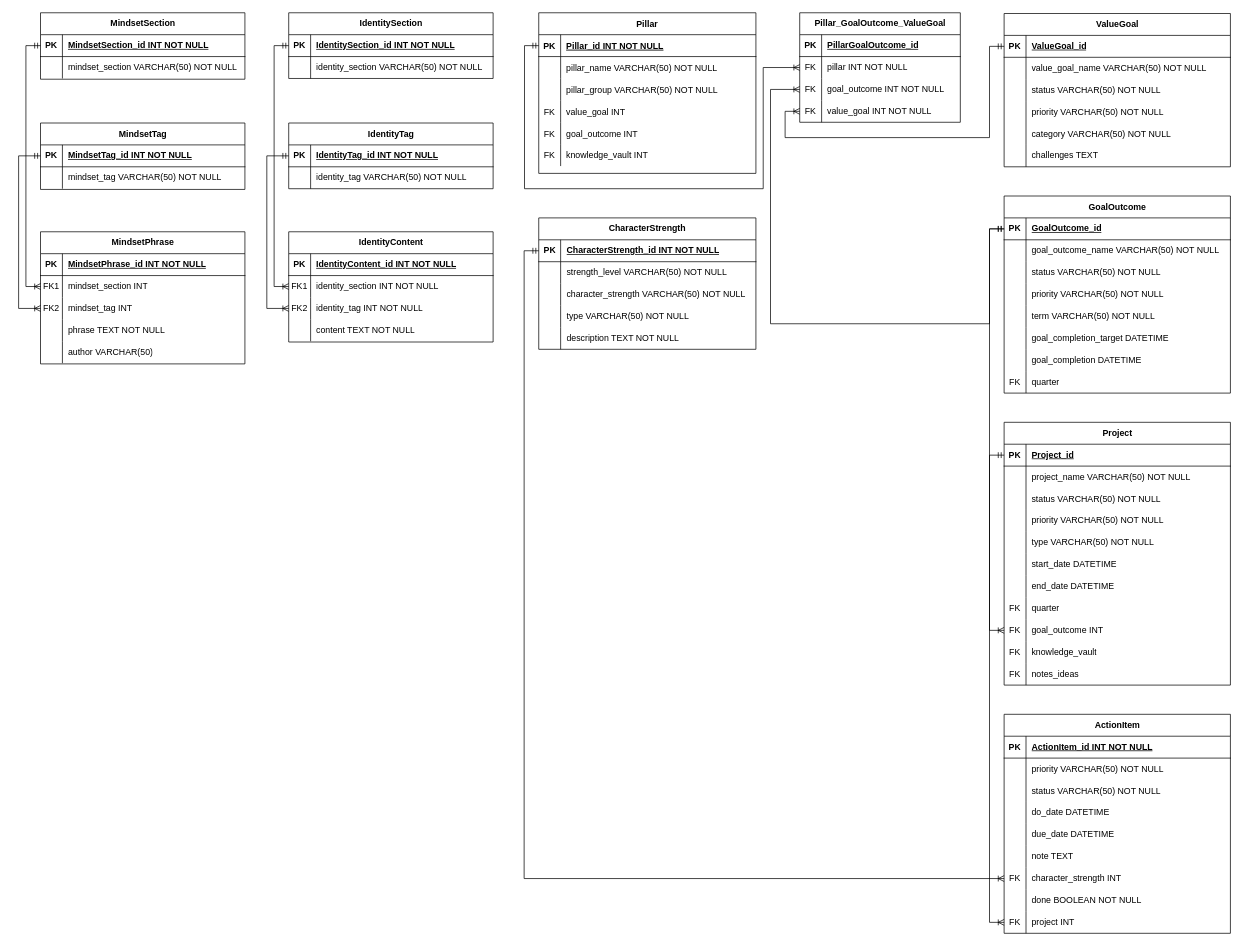
Earlier version of the draw.io diagram Diagrama_ER.drawio (Jpneira2000/life_os). Source tidied: cells renumbered, new cells numbered last; positions are measured from the earlier drawing's top-left corner, leaving out a move shared by most shapes. Both pictures are drawn from the tidied source at 73%, with x=0, y=0 at pixel (18, 12).
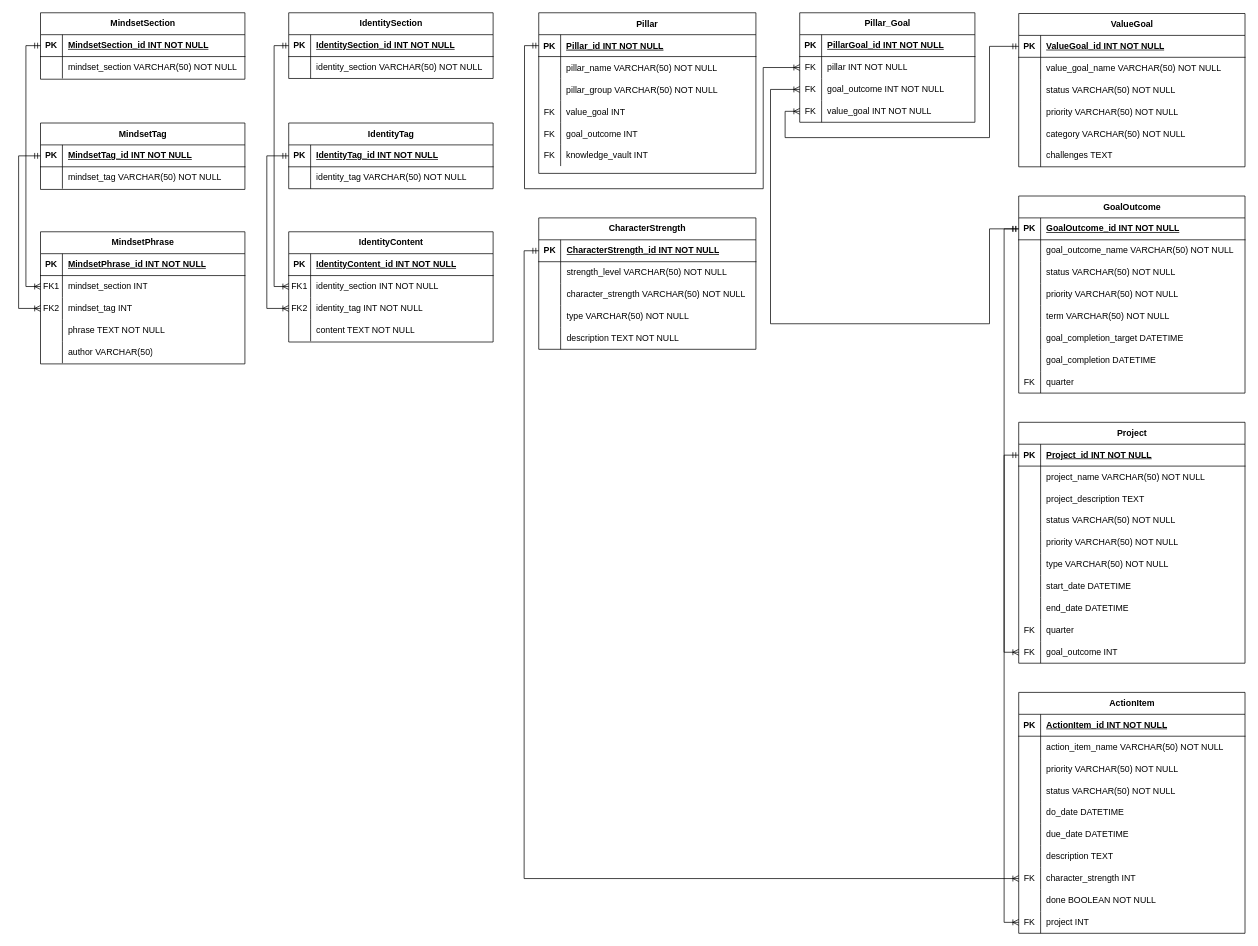
The same diagram, later.

Commit message:
Hotfix diagrama

The change refers to these unchanged cells:
```xml
<mxCell id="127" style="shape=tableRow;horizontal=0;startSize=0;swimlaneHead=0;swimlaneBody=0;fillColor=none;points=[[0,0.5],[1,0.5]];portConstraint=eastwest;top=0;left=0;right=0;bottom=1;" parent="126" vertex="1">
  <mxGeometry y="30" width="310" height="30" as="geometry" />
</mxCell>
<mxCell id="163" style="shape=tableRow;horizontal=0;startSize=0;swimlaneHead=0;swimlaneBody=0;fillColor=none;points=[[0,0.5],[1,0.5]];portConstraint=eastwest;top=0;left=0;right=0;bottom=1;" parent="162" vertex="1">
  <mxGeometry y="30" width="310" height="30" as="geometry" />
</mxCell>
<mxCell id="202" style="shape=tableRow;horizontal=0;startSize=0;swimlaneHead=0;swimlaneBody=0;fillColor=none;points=[[0,0.5],[1,0.5]];portConstraint=eastwest;top=0;left=0;right=0;bottom=1;" parent="201" vertex="1">
  <mxGeometry y="30" width="310" height="30" as="geometry" />
</mxCell>
```

What changed in the source:
```diff
@@
     <mxCell id="98" value="ActionItem" style="shape=table;startSize=30;childLayout=tableLayout;rowLines=0;fontStyle=1;align=center;html=1;" parent="1" vertex="1">
-      <mxGeometry x="1350" y="961" width="310" height="300" as="geometry" />
+      <mxGeometry x="1370" y="931" width="310" height="330" as="geometry" />
     </mxCell>
@@
+    <mxCell id="223" style="shape=tableRow;horizontal=0;startSize=0;swimlaneHead=0;swimlaneBody=0;fillColor=none;top=0;left=0;right=0;bottom=0;" parent="98" vertex="1">
+      <mxGeometry y="60" width="310" height="30" as="geometry" />
+    </mxCell>
+    <mxCell id="224" style="shape=partialRectangle;fillColor=none;top=0;left=0;bottom=0;right=0;overflow=hidden;whiteSpace=wrap;html=1;" parent="223" vertex="1">
+      <mxGeometry width="30" height="30" as="geometry" />
+    </mxCell>
+    <mxCell id="225" value="action_item_name VARCHAR(50) NOT NULL" style="shape=partialRectangle;fillColor=none;top=0;left=0;bottom=0;right=0;align=left;spacingLeft=6;overflow=hidden;whiteSpace=wrap;html=1;" parent="223" vertex="1">
+      <mxGeometry x="30" width="280" height="30" as="geometry" />
+    </mxCell>
     <mxCell id="102" style="shape=tableRow;horizontal=0;startSize=0;swimlaneHead=0;swimlaneBody=0;fillColor=none;top=0;left=0;right=0;bottom=0;" parent="98" vertex="1">
-      <mxGeometry y="60" width="310" height="30" as="geometry" />
+      <mxGeometry y="90" width="310" height="30" as="geometry" />
     </mxCell>
@@
     <mxCell id="105" style="shape=tableRow;horizontal=0;startSize=0;swimlaneHead=0;swimlaneBody=0;fillColor=none;top=0;left=0;right=0;bottom=0;" parent="98" vertex="1">
-      <mxGeometry y="90" width="310" height="30" as="geometry" />
+      <mxGeometry y="120" width="310" height="30" as="geometry" />
     </mxCell>
@@
     <mxCell id="108" style="shape=tableRow;horizontal=0;startSize=0;swimlaneHead=0;swimlaneBody=0;fillColor=none;top=0;left=0;right=0;bottom=0;" parent="98" vertex="1">
-      <mxGeometry y="120" width="310" height="30" as="geometry" />
+      <mxGeometry y="150" width="310" height="30" as="geometry" />
     </mxCell>
@@
     <mxCell id="111" style="shape=tableRow;horizontal=0;startSize=0;swimlaneHead=0;swimlaneBody=0;fillColor=none;top=0;left=0;right=0;bottom=0;" parent="98" vertex="1">
-      <mxGeometry y="150" width="310" height="30" as="geometry" />
+      <mxGeometry y="180" width="310" height="30" as="geometry" />
     </mxCell>
@@
     <mxCell id="114" style="shape=tableRow;horizontal=0;startSize=0;swimlaneHead=0;swimlaneBody=0;fillColor=none;top=0;left=0;right=0;bottom=0;" parent="98" vertex="1">
-      <mxGeometry y="180" width="310" height="30" as="geometry" />
+      <mxGeometry y="210" width="310" height="30" as="geometry" />
     </mxCell>
@@
-    <mxCell id="116" value="note TEXT" style="shape=partialRectangle;fillColor=none;top=0;left=0;bottom=0;right=0;align=left;spacingLeft=6;overflow=hidden;whiteSpace=wrap;html=1;" parent="114" vertex="1">
+    <mxCell id="116" value="description TEXT" style="shape=partialRectangle;fillColor=none;top=0;left=0;bottom=0;right=0;align=left;spacingLeft=6;overflow=hidden;whiteSpace=wrap;html=1;" parent="114" vertex="1">
       <mxGeometry x="30" width="280" height="30" as="geometry" />
     </mxCell>
     <mxCell id="117" style="shape=tableRow;horizontal=0;startSize=0;swimlaneHead=0;swimlaneBody=0;fillColor=none;points=[[0,0.5],[1,0.5]];portConstraint=eastwest;top=0;left=0;right=0;bottom=0;" parent="98" vertex="1">
-      <mxGeometry y="210" width="310" height="30" as="geometry" />
+      <mxGeometry y="240" width="310" height="30" as="geometry" />
     </mxCell>
@@
     <mxCell id="120" style="shape=tableRow;horizontal=0;startSize=0;swimlaneHead=0;swimlaneBody=0;fillColor=none;top=0;left=0;right=0;bottom=0;" parent="98" vertex="1">
-      <mxGeometry y="240" width="310" height="30" as="geometry" />
+      <mxGeometry y="270" width="310" height="30" as="geometry" />
     </mxCell>
@@
     <mxCell id="123" style="shape=tableRow;horizontal=0;startSize=0;swimlaneHead=0;swimlaneBody=0;fillColor=none;points=[[0,0.5],[1,0.5]];portConstraint=eastwest;top=0;left=0;right=0;bottom=0;" parent="98" vertex="1">
-      <mxGeometry y="270" width="310" height="30" as="geometry" />
+      <mxGeometry y="300" width="310" height="30" as="geometry" />
     </mxCell>
@@
     <mxCell id="126" value="Project" style="shape=table;startSize=30;childLayout=tableLayout;rowLines=0;fontStyle=1;align=center;html=1;" parent="1" vertex="1">
-      <mxGeometry x="1350" y="561" width="310" height="360" as="geometry" />
+      <mxGeometry x="1370" y="561" width="310" height="330" as="geometry" />
     </mxCell>
@@
-    <mxCell id="129" value="Project_id" style="shape=partialRectangle;fillColor=none;top=0;left=0;bottom=0;right=0;align=left;spacingLeft=6;fontStyle=5;overflow=hidden;whiteSpace=wrap;html=1;" parent="127" vertex="1">
+    <mxCell id="129" value="Project_id INT NOT NULL" style="shape=partialRectangle;fillColor=none;top=0;left=0;bottom=0;right=0;align=left;spacingLeft=6;fontStyle=5;overflow=hidden;whiteSpace=wrap;html=1;" parent="127" vertex="1">
       <mxGeometry x="30" width="280" height="30" as="geometry" />
     </mxCell>
@@
+    <mxCell id="226" style="shape=tableRow;horizontal=0;startSize=0;swimlaneHead=0;swimlaneBody=0;fillColor=none;top=0;left=0;right=0;bottom=0;" parent="126" vertex="1">
+      <mxGeometry y="90" width="310" height="30" as="geometry" />
+    </mxCell>
+    <mxCell id="227" style="shape=partialRectangle;fillColor=none;top=0;left=0;bottom=0;right=0;overflow=hidden;whiteSpace=wrap;html=1;" parent="226" vertex="1">
+      <mxGeometry width="30" height="30" as="geometry" />
+    </mxCell>
+    <mxCell id="228" value="project_description TEXT" style="shape=partialRectangle;fillColor=none;top=0;left=0;bottom=0;right=0;align=left;spacingLeft=6;overflow=hidden;whiteSpace=wrap;html=1;" parent="226" vertex="1">
+      <mxGeometry x="30" width="280" height="30" as="geometry" />
+    </mxCell>
     <mxCell id="133" style="shape=tableRow;horizontal=0;startSize=0;swimlaneHead=0;swimlaneBody=0;fillColor=none;top=0;left=0;right=0;bottom=0;" parent="126" vertex="1">
-      <mxGeometry y="90" width="310" height="30" as="geometry" />
+      <mxGeometry y="120" width="310" height="30" as="geometry" />
     </mxCell>
@@
     <mxCell id="136" style="shape=tableRow;horizontal=0;startSize=0;swimlaneHead=0;swimlaneBody=0;fillColor=none;top=0;left=0;right=0;bottom=0;" parent="126" vertex="1">
-      <mxGeometry y="120" width="310" height="30" as="geometry" />
+      <mxGeometry y="150" width="310" height="30" as="geometry" />
     </mxCell>
@@
     <mxCell id="139" style="shape=tableRow;horizontal=0;startSize=0;swimlaneHead=0;swimlaneBody=0;fillColor=none;top=0;left=0;right=0;bottom=0;" parent="126" vertex="1">
-      <mxGeometry y="150" width="310" height="30" as="geometry" />
+      <mxGeometry y="180" width="310" height="30" as="geometry" />
     </mxCell>
@@
     <mxCell id="142" style="shape=tableRow;horizontal=0;startSize=0;swimlaneHead=0;swimlaneBody=0;fillColor=none;top=0;left=0;right=0;bottom=0;" parent="126" vertex="1">
-      <mxGeometry y="180" width="310" height="30" as="geometry" />
+      <mxGeometry y="210" width="310" height="30" as="geometry" />
     </mxCell>
@@
     <mxCell id="145" style="shape=tableRow;horizontal=0;startSize=0;swimlaneHead=0;swimlaneBody=0;fillColor=none;top=0;left=0;right=0;bottom=0;" parent="126" vertex="1">
-      <mxGeometry y="210" width="310" height="30" as="geometry" />
+      <mxGeometry y="240" width="310" height="30" as="geometry" />
     </mxCell>
@@
     <mxCell id="148" style="shape=tableRow;horizontal=0;startSize=0;swimlaneHead=0;swimlaneBody=0;fillColor=none;top=0;left=0;right=0;bottom=0;" parent="126" vertex="1">
-      <mxGeometry y="240" width="310" height="30" as="geometry" />
+      <mxGeometry y="270" width="310" height="30" as="geometry" />
     </mxCell>
@@
     <mxCell id="151" style="shape=tableRow;horizontal=0;startSize=0;swimlaneHead=0;swimlaneBody=0;fillColor=none;points=[[0,0.5],[1,0.5]];portConstraint=eastwest;top=0;left=0;right=0;bottom=0;" parent="126" vertex="1">
-      <mxGeometry y="270" width="310" height="30" as="geometry" />
+      <mxGeometry y="300" width="310" height="30" as="geometry" />
     </mxCell>
@@
-    <mxCell id="154" style="shape=tableRow;horizontal=0;startSize=0;swimlaneHead=0;swimlaneBody=0;fillColor=none;top=0;left=0;right=0;bottom=0;" parent="126" vertex="1">
-      <mxGeometry y="300" width="310" height="30" as="geometry" />
-    </mxCell>
-    <mxCell id="155" value="FK" style="shape=partialRectangle;fillColor=none;top=0;left=0;bottom=0;right=0;overflow=hidden;whiteSpace=wrap;html=1;" parent="154" vertex="1">
-      <mxGeometry width="30" height="30" as="geometry" />
-    </mxCell>
-    <mxCell id="156" value="knowledge_vault" style="shape=partialRectangle;fillColor=none;top=0;left=0;bottom=0;right=0;align=left;spacingLeft=6;overflow=hidden;whiteSpace=wrap;html=1;" parent="154" vertex="1">
-      <mxGeometry x="30" width="280" height="30" as="geometry" />
-    </mxCell>
-    <mxCell id="157" style="shape=tableRow;horizontal=0;startSize=0;swimlaneHead=0;swimlaneBody=0;fillColor=none;top=0;left=0;right=0;bottom=0;" parent="126" vertex="1">
-      <mxGeometry y="330" width="310" height="30" as="geometry" />
-    </mxCell>
-    <mxCell id="158" value="FK" style="shape=partialRectangle;fillColor=none;top=0;left=0;bottom=0;right=0;overflow=hidden;whiteSpace=wrap;html=1;" parent="157" vertex="1">
-      <mxGeometry width="30" height="30" as="geometry" />
-    </mxCell>
-    <mxCell id="159" value="notes_ideas" style="shape=partialRectangle;fillColor=none;top=0;left=0;bottom=0;right=0;align=left;spacingLeft=6;overflow=hidden;whiteSpace=wrap;html=1;" parent="157" vertex="1">
-      <mxGeometry x="30" width="280" height="30" as="geometry" />
-    </mxCell>
@@
     <mxCell id="162" value="GoalOutcome" style="shape=table;startSize=30;childLayout=tableLayout;rowLines=0;fontStyle=1;align=center;html=1;" parent="1" vertex="1">
-      <mxGeometry x="1350" y="251" width="310" height="270" as="geometry" />
+      <mxGeometry x="1370" y="251" width="310" height="270" as="geometry" />
     </mxCell>
@@
-    <mxCell id="165" value="GoalOutcome_id" style="shape=partialRectangle;fillColor=none;top=0;left=0;bottom=0;right=0;align=left;spacingLeft=6;fontStyle=5;overflow=hidden;whiteSpace=wrap;html=1;" parent="163" vertex="1">
+    <mxCell id="165" value="GoalOutcome_id INT NOT NULL" style="shape=partialRectangle;fillColor=none;top=0;left=0;bottom=0;right=0;align=left;spacingLeft=6;fontStyle=5;overflow=hidden;whiteSpace=wrap;html=1;" parent="163" vertex="1">
       <mxGeometry x="30" width="280" height="30" as="geometry" />
     </mxCell>
@@
-    <mxCell id="187" value="Pillar_GoalOutcome_ValueGoal" style="shape=table;startSize=30;childLayout=tableLayout;rowLines=0;fontStyle=1;align=center;html=1;" parent="1" vertex="1">
-      <mxGeometry x="1070" width="220" height="150" as="geometry" />
+    <mxCell id="187" value="Pillar_Goal" style="shape=table;startSize=30;childLayout=tableLayout;rowLines=0;fontStyle=1;align=center;html=1;" parent="1" vertex="1">
+      <mxGeometry x="1070" width="240" height="150" as="geometry" />
     </mxCell>
     <mxCell id="188" style="shape=tableRow;horizontal=0;startSize=0;swimlaneHead=0;swimlaneBody=0;fillColor=none;top=0;left=0;right=0;bottom=1;" parent="187" vertex="1">
-      <mxGeometry y="30" width="220" height="30" as="geometry" />
+      <mxGeometry y="30" width="240" height="30" as="geometry" />
     </mxCell>
@@
-    <mxCell id="190" value="PillarGoalOutcome_id" style="shape=partialRectangle;fillColor=none;top=0;left=0;bottom=0;right=0;align=left;spacingLeft=6;fontStyle=5;overflow=hidden;whiteSpace=wrap;html=1;" parent="188" vertex="1">
-      <mxGeometry x="30" width="190" height="30" as="geometry" />
+    <mxCell id="190" value="PillarGoal_id INT NOT NULL" style="shape=partialRectangle;fillColor=none;top=0;left=0;bottom=0;right=0;align=left;spacingLeft=6;fontStyle=5;overflow=hidden;whiteSpace=wrap;html=1;" parent="188" vertex="1">
+      <mxGeometry x="30" width="210" height="30" as="geometry" />
     </mxCell>
     <mxCell id="191" style="shape=tableRow;horizontal=0;startSize=0;swimlaneHead=0;swimlaneBody=0;fillColor=none;points=[[0,0.5],[1,0.5]];portConstraint=eastwest;top=0;left=0;right=0;bottom=0;" parent="187" vertex="1">
-      <mxGeometry y="60" width="220" height="30" as="geometry" />
+      <mxGeometry y="60" width="240" height="30" as="geometry" />
     </mxCell>
@@
     <mxCell id="193" value="pillar INT NOT NULL" style="shape=partialRectangle;fillColor=none;top=0;left=0;bottom=0;right=0;align=left;spacingLeft=6;overflow=hidden;whiteSpace=wrap;html=1;" parent="191" vertex="1">
-      <mxGeometry x="30" width="190" height="30" as="geometry" />
+      <mxGeometry x="30" width="210" height="30" as="geometry" />
     </mxCell>
     <mxCell id="194" style="shape=tableRow;horizontal=0;startSize=0;swimlaneHead=0;swimlaneBody=0;fillColor=none;points=[[0,0.5],[1,0.5]];portConstraint=eastwest;top=0;left=0;right=0;bottom=0;" parent="187" vertex="1">
-      <mxGeometry y="90" width="220" height="30" as="geometry" />
+      <mxGeometry y="90" width="240" height="30" as="geometry" />
     </mxCell>
@@
     <mxCell id="196" value="goal_outcome INT NOT NULL" style="shape=partialRectangle;fillColor=none;top=0;left=0;bottom=0;right=0;align=left;spacingLeft=6;overflow=hidden;whiteSpace=wrap;html=1;" parent="194" vertex="1">
-      <mxGeometry x="30" width="190" height="30" as="geometry" />
+      <mxGeometry x="30" width="210" height="30" as="geometry" />
     </mxCell>
     <mxCell id="197" style="shape=tableRow;horizontal=0;startSize=0;swimlaneHead=0;swimlaneBody=0;fillColor=none;points=[[0,0.5],[1,0.5]];portConstraint=eastwest;top=0;left=0;right=0;bottom=0;" parent="187" vertex="1">
-      <mxGeometry y="120" width="220" height="30" as="geometry" />
+      <mxGeometry y="120" width="240" height="30" as="geometry" />
     </mxCell>
@@
     <mxCell id="199" value="value_goal INT NOT NULL" style="shape=partialRectangle;fillColor=none;top=0;left=0;bottom=0;right=0;align=left;spacingLeft=6;overflow=hidden;whiteSpace=wrap;html=1;" parent="197" vertex="1">
-      <mxGeometry x="30" width="190" height="30" as="geometry" />
+      <mxGeometry x="30" width="210" height="30" as="geometry" />
     </mxCell>
     <mxCell id="200" style="edgeStyle=orthogonalEdgeStyle;rounded=0;jettySize=auto;html=1;exitX=0;exitY=0.5;exitDx=0;exitDy=0;entryX=0;entryY=0.5;entryDx=0;entryDy=0;startArrow=ERmandOne;startFill=0;endArrow=ERoneToMany;endFill=0;" parent="1" edge="1" source="163" target="151">
       <mxGeometry relative="1" as="geometry">
         <Array as="points">
-          <mxPoint x="1330" y="296" />
-          <mxPoint x="1330" y="846" />
+          <mxPoint x="1350" y="296" />
+          <mxPoint x="1350" y="876" />
         </Array>
       </mxGeometry>
     </mxCell>
     <mxCell id="201" value="ValueGoal" style="shape=table;startSize=30;childLayout=tableLayout;rowLines=0;fontStyle=1;align=center;html=1;" parent="1" vertex="1">
-      <mxGeometry x="1350" y="1" width="310" height="210" as="geometry" />
+      <mxGeometry x="1370" y="1" width="310" height="210" as="geometry" />
     </mxCell>
@@
-    <mxCell id="204" value="ValueGoal_id" style="shape=partialRectangle;fillColor=none;top=0;left=0;bottom=0;right=0;align=left;spacingLeft=6;fontStyle=5;overflow=hidden;whiteSpace=wrap;html=1;" parent="202" vertex="1">
+    <mxCell id="204" value="ValueGoal_id INT NOT NULL" style="shape=partialRectangle;fillColor=none;top=0;left=0;bottom=0;right=0;align=left;spacingLeft=6;fontStyle=5;overflow=hidden;whiteSpace=wrap;html=1;" parent="202" vertex="1">
       <mxGeometry x="30" width="280" height="30" as="geometry" />
     </mxCell>
```
